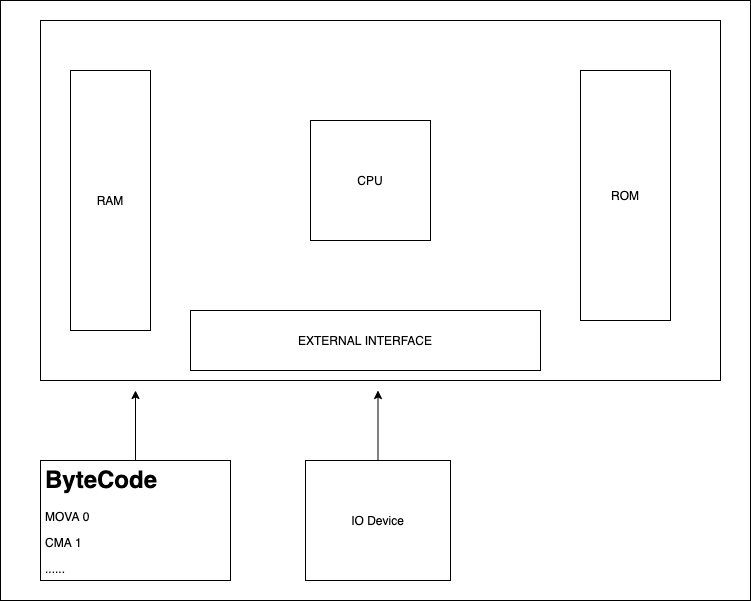
Above: res/model.png in wwhai/OHVM (draw.io), before the change. Source tidied: cells renumbered, new cells last; positions are measured from the earlier drawing's top-left corner, leaving out a move shared by most shapes. The source it was exported from:
```xml
<mxGraphModel>
  <root>
    <mxCell id="0" />
    <mxCell id="1" parent="0" />
    <mxCell id="2" style="rounded=0;whiteSpace=wrap;html=1;" parent="1" vertex="1">
      <mxGeometry x="40" y="20" width="680" height="360" as="geometry" />
    </mxCell>
    <mxCell id="3" value="CPU" style="whiteSpace=wrap;html=1;" parent="1" vertex="1">
      <mxGeometry x="310" y="120" width="120" height="120" as="geometry" />
    </mxCell>
    <mxCell id="4" value="RAM" style="rounded=0;whiteSpace=wrap;html=1;" parent="1" vertex="1">
      <mxGeometry x="70" y="70" width="80" height="260" as="geometry" />
    </mxCell>
    <mxCell id="5" value="ROM" style="rounded=0;whiteSpace=wrap;html=1;" parent="1" vertex="1">
      <mxGeometry x="580" y="70" width="90" height="250" as="geometry" />
    </mxCell>
    <mxCell id="6" value="EXTERNAL INTERFACE" style="rounded=0;whiteSpace=wrap;html=1;" parent="1" vertex="1">
      <mxGeometry x="190" y="310" width="350" height="60" as="geometry" />
    </mxCell>
    <mxCell id="7" style="edgeStyle=orthogonalEdgeStyle;rounded=0;jettySize=auto;html=1;" parent="1" edge="1" source="8">
      <mxGeometry relative="1" as="geometry">
        <mxPoint x="135" y="390" as="targetPoint" />
      </mxGeometry>
    </mxCell>
    <mxCell id="8" value="&lt;h1&gt;ByteCode&lt;/h1&gt;&lt;p&gt;MOVA 0&lt;/p&gt;&lt;p&gt;CMA 1&lt;/p&gt;&lt;p&gt;......&lt;/p&gt;" style="text;html=1;fillColor=none;spacing=5;spacingTop=-20;whiteSpace=wrap;overflow=hidden;rounded=0;strokeColor=#000000;" parent="1" vertex="1">
      <mxGeometry x="40" y="460" width="190" height="120" as="geometry" />
    </mxCell>
    <mxCell id="9" style="edgeStyle=orthogonalEdgeStyle;rounded=0;jettySize=auto;html=1;" parent="1" edge="1" source="10">
      <mxGeometry relative="1" as="geometry">
        <mxPoint x="377.5" y="390" as="targetPoint" />
      </mxGeometry>
    </mxCell>
    <mxCell id="10" value="IO Device" style="rounded=0;whiteSpace=wrap;html=1;" parent="1" vertex="1">
      <mxGeometry x="305" y="460" width="145" height="120" as="geometry" />
    </mxCell>
    <mxCell id="11" style="rounded=0;whiteSpace=wrap;html=1;fillColor=none;" parent="1" vertex="1">
      <mxGeometry width="750" height="600" as="geometry" />
    </mxCell>
  </root>
</mxGraphModel>
```
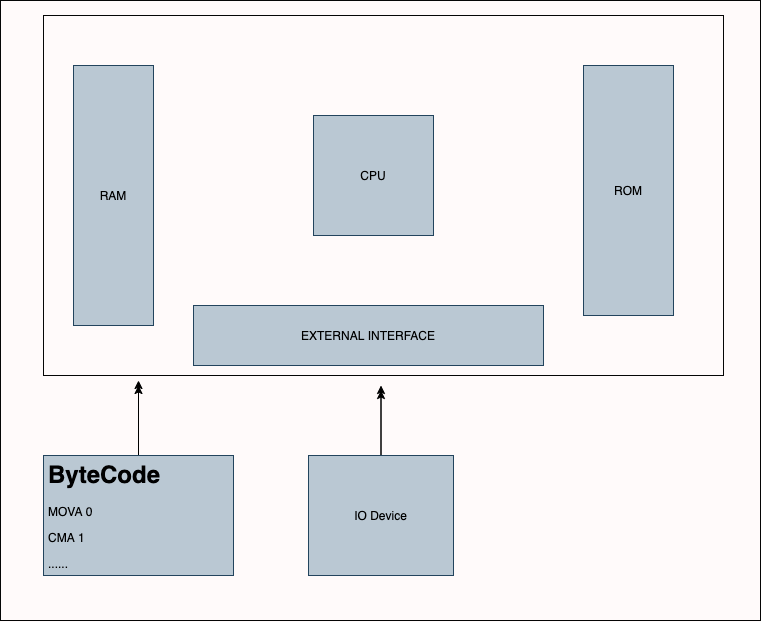
Later version of the same file.

Commit message:
:construction: remove unused resource file

The edit, as a diff of the source:
```diff
@@ -1,20 +1,20 @@
-<mxGraphModel>
+<mxGraphModel background="#FFFAFA">
   <root>
     <mxCell id="0" />
     <mxCell id="1" parent="0" />
-    <mxCell id="2" style="rounded=0;whiteSpace=wrap;html=1;" parent="1" vertex="1">
+    <mxCell id="2" style="rounded=0;whiteSpace=wrap;html=1;fillColor=none;strokeColor=#050505;" parent="1" vertex="1">
       <mxGeometry x="40" y="20" width="680" height="360" as="geometry" />
     </mxCell>
-    <mxCell id="3" value="CPU" style="whiteSpace=wrap;html=1;" parent="1" vertex="1">
+    <mxCell id="3" value="CPU" style="whiteSpace=wrap;html=1;fillColor=#bac8d3;strokeColor=#23445d;" parent="1" vertex="1">
       <mxGeometry x="310" y="120" width="120" height="120" as="geometry" />
     </mxCell>
-    <mxCell id="4" value="RAM" style="rounded=0;whiteSpace=wrap;html=1;" parent="1" vertex="1">
+    <mxCell id="4" value="RAM" style="rounded=0;whiteSpace=wrap;html=1;fillColor=#bac8d3;strokeColor=#23445d;" parent="1" vertex="1">
       <mxGeometry x="70" y="70" width="80" height="260" as="geometry" />
     </mxCell>
-    <mxCell id="5" value="ROM" style="rounded=0;whiteSpace=wrap;html=1;" parent="1" vertex="1">
+    <mxCell id="5" value="ROM" style="rounded=0;whiteSpace=wrap;html=1;fillColor=#bac8d3;strokeColor=#23445d;" parent="1" vertex="1">
       <mxGeometry x="580" y="70" width="90" height="250" as="geometry" />
     </mxCell>
-    <mxCell id="6" value="EXTERNAL INTERFACE" style="rounded=0;whiteSpace=wrap;html=1;" parent="1" vertex="1">
+    <mxCell id="6" value="EXTERNAL INTERFACE" style="rounded=0;whiteSpace=wrap;html=1;fillColor=#bac8d3;strokeColor=#23445d;" parent="1" vertex="1">
       <mxGeometry x="190" y="310" width="350" height="60" as="geometry" />
     </mxCell>
     <mxCell id="7" style="edgeStyle=orthogonalEdgeStyle;rounded=0;jettySize=auto;html=1;" parent="1" edge="1" source="8">
@@ -22,7 +22,12 @@
         <mxPoint x="135" y="390" as="targetPoint" />
       </mxGeometry>
     </mxCell>
+    <mxCell id="11" style="edgeStyle=orthogonalEdgeStyle;rounded=0;jettySize=auto;html=1;" parent="1" edge="1" source="8">
+      <mxGeometry relative="1" as="geometry">
+        <mxPoint x="135" y="385" as="targetPoint" />
+      </mxGeometry>
+    </mxCell>
-    <mxCell id="8" value="&lt;h1&gt;ByteCode&lt;/h1&gt;&lt;p&gt;MOVA 0&lt;/p&gt;&lt;p&gt;CMA 1&lt;/p&gt;&lt;p&gt;......&lt;/p&gt;" style="text;html=1;fillColor=none;spacing=5;spacingTop=-20;whiteSpace=wrap;overflow=hidden;rounded=0;strokeColor=#000000;" parent="1" vertex="1">
+    <mxCell id="8" value="&lt;h1&gt;ByteCode&lt;/h1&gt;&lt;p&gt;MOVA 0&lt;/p&gt;&lt;p&gt;CMA 1&lt;/p&gt;&lt;p&gt;......&lt;/p&gt;" style="text;html=1;fillColor=#bac8d3;spacing=5;spacingTop=-20;whiteSpace=wrap;overflow=hidden;rounded=0;strokeColor=#23445d;" parent="1" vertex="1">
       <mxGeometry x="40" y="460" width="190" height="120" as="geometry" />
     </mxCell>
     <mxCell id="9" style="edgeStyle=orthogonalEdgeStyle;rounded=0;jettySize=auto;html=1;" parent="1" edge="1" source="10">
@@ -30,11 +35,16 @@
         <mxPoint x="377.5" y="390" as="targetPoint" />
       </mxGeometry>
     </mxCell>
+    <mxCell id="12" style="edgeStyle=orthogonalEdgeStyle;rounded=0;jettySize=auto;html=1;" parent="1" edge="1" source="10">
+      <mxGeometry relative="1" as="geometry">
+        <mxPoint x="377.5" y="395" as="targetPoint" />
+      </mxGeometry>
+    </mxCell>
-    <mxCell id="10" value="IO Device" style="rounded=0;whiteSpace=wrap;html=1;" parent="1" vertex="1">
+    <mxCell id="10" value="IO Device" style="rounded=0;whiteSpace=wrap;html=1;fillColor=#bac8d3;strokeColor=#23445d;" parent="1" vertex="1">
       <mxGeometry x="305" y="460" width="145" height="120" as="geometry" />
     </mxCell>
-    <mxCell id="11" style="rounded=0;whiteSpace=wrap;html=1;fillColor=none;" parent="1" vertex="1">
-      <mxGeometry width="750" height="600" as="geometry" />
-    </mxCell>
+    <mxCell id="13" style="rounded=0;whiteSpace=wrap;html=1;strokeColor=#050505;fillColor=none;" parent="1" vertex="1">
+      <mxGeometry x="-3" y="5" width="760" height="620" as="geometry" />
+    </mxCell>
   </root>
 </mxGraphModel>
```
